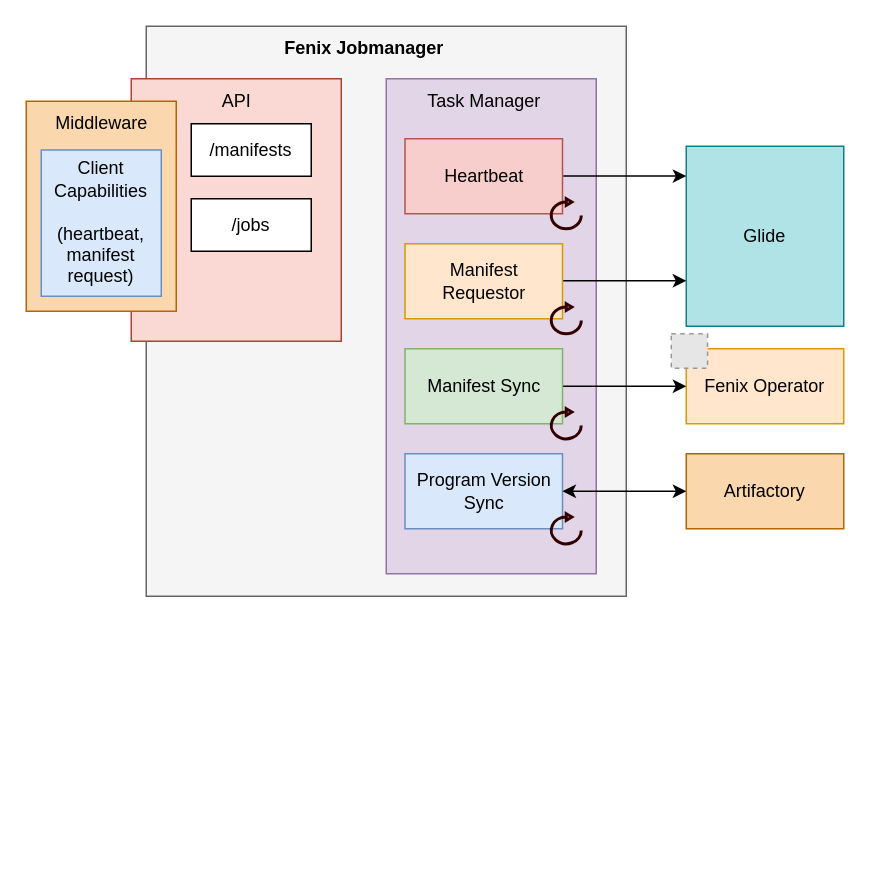
Earlier version of the draw.io diagram Untitled Diagram.drawio (darren128/drawio). Source tidied: cells renumbered, new cells numbered last; positions are measured from the earlier drawing's top-left corner, leaving out a move shared by most shapes. Both pictures are drawn from the tidied source at 150%, with x=0, y=0 at pixel (26, 26). Pictures stored in the file or linked from it are replaced by grey dashed boxes.
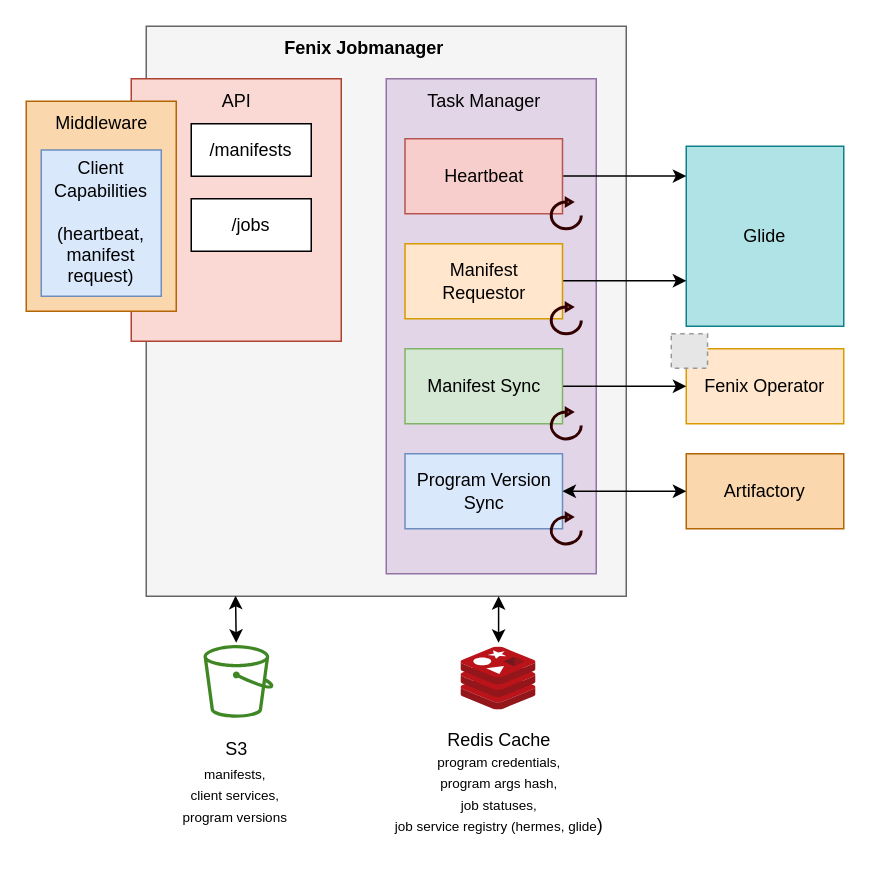
The same diagram, later.

The change refers to these unchanged cells:
```xml
<mxCell id="2" style="rounded=0;whiteSpace=wrap;html=1;fillColor=#f5f5f5;fontColor=#333333;strokeColor=#666666;" parent="1" vertex="1">
  <mxGeometry x="80" width="320" height="380" as="geometry" />
</mxCell>
```

Diff of the diagram source:
```diff
@@
+    <mxCell id="29" style="image;sketch=0;html=1;align=center;fontSize=12;image=img/lib/mscae/Cache_Redis_Product.svg;" parent="1" vertex="1">
+      <mxGeometry x="290" y="414" width="50" height="42" as="geometry" />
+    </mxCell>
+    <mxCell id="30" value="Redis Cache&lt;br&gt;&lt;font style=&quot;font-size: 9px;&quot;&gt;program credentials, &lt;br&gt;program args hash, &lt;br&gt;job statuses,&lt;br&gt;job service registry (hermes, glide&lt;/font&gt;)" style="text;html=1;align=center;verticalAlign=middle;strokeColor=none;fillColor=none;" parent="1" vertex="1">
+      <mxGeometry x="236.5" y="462" width="157" height="84" as="geometry" />
+    </mxCell>
+    <mxCell id="31" style="sketch=0;fontColor=#232F3E;gradientColor=none;fillColor=#3F8624;strokeColor=none;dashed=0;verticalLabelPosition=bottom;verticalAlign=top;align=center;html=1;fontSize=12;fontStyle=0;shape=mxgraph.aws4.bucket;" parent="1" vertex="1">
+      <mxGeometry x="118.2" y="412.5" width="46.6" height="48.5" as="geometry" />
+    </mxCell>
+    <mxCell id="32" value="S3" style="text;html=1;align=center;verticalAlign=middle;strokeColor=none;fillColor=none;" parent="1" vertex="1">
+      <mxGeometry x="123.5" y="469" width="33" height="26" as="geometry" />
+    </mxCell>
+    <mxCell id="33" value="&lt;font style=&quot;font-size: 9px;&quot;&gt;manifests,&lt;br&gt;client services,&lt;br&gt;program versions&lt;br&gt;&lt;/font&gt;" style="text;html=1;align=center;verticalAlign=middle;strokeColor=none;fillColor=none;" parent="1" vertex="1">
+      <mxGeometry x="95.1" y="484" width="88" height="55" as="geometry" />
+    </mxCell>
+    <mxCell id="34" style="endArrow=classic;startArrow=classic;html=1;rounded=0;exitX=0.186;exitY=0.999;exitDx=0;exitDy=0;exitPerimeter=0;" parent="1" edge="1" source="2">
+      <mxGeometry relative="1" as="geometry">
+        <mxPoint x="140" y="411" as="targetPoint" />
+      </mxGeometry>
+    </mxCell>
+    <mxCell id="35" style="endArrow=classic;startArrow=classic;html=1;rounded=0;exitX=0.186;exitY=0.999;exitDx=0;exitDy=0;exitPerimeter=0;" parent="1" edge="1">
+      <mxGeometry relative="1" as="geometry">
+        <mxPoint x="314.9" y="380" as="sourcePoint" />
+        <mxPoint x="314.9" y="411" as="targetPoint" />
+      </mxGeometry>
+    </mxCell>
```
